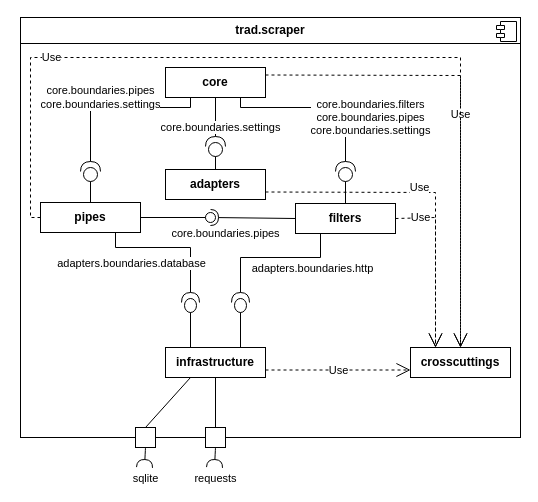
Before: doc/architecture/scraper/bbview_level2.drawio in aardjon/trad, a draw.io diagram. Source tidied: cells renumbered, new cells numbered last; positions are measured from the earlier drawing's top-left corner, leaving out a move shared by most shapes. Both pictures are drawn from the tidied source at 100%, with x=0, y=0 at pixel (20, 17).
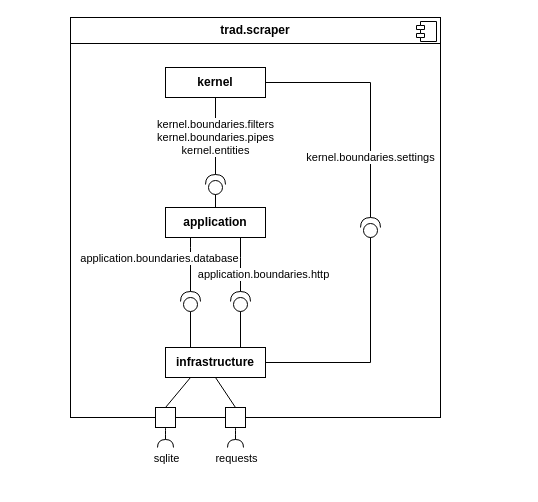
The same diagram, later.

Unchanged cells that the change refers to:
```xml
<mxCell id="7" value="infrastructure" style="html=1;whiteSpace=wrap;fontStyle=1;" parent="1" vertex="1">
  <mxGeometry x="145" y="330" width="100" height="30" as="geometry" />
</mxCell>
```

Change to the diagram source:
```diff
@@
     <mxCell id="2" value="&lt;p style=&quot;margin:0px;margin-top:6px;text-align:center;&quot;&gt;&lt;b&gt;trad.scraper&lt;/b&gt;&lt;/p&gt;&lt;hr size=&quot;1&quot; style=&quot;border-style:solid;&quot;&gt;&lt;p style=&quot;margin:0px;margin-left:8px;&quot;&gt;&lt;br&gt;&lt;/p&gt;" style="align=left;overflow=fill;html=1;whiteSpace=wrap;" parent="1" vertex="1">
-      <mxGeometry width="500" height="420" as="geometry" />
+      <mxGeometry x="50" width="370" height="400" as="geometry" />
     </mxCell>
@@
-    <mxCell id="4" value="crosscuttings" style="html=1;whiteSpace=wrap;fontStyle=1;" parent="1" vertex="1">
-      <mxGeometry x="390" y="330" width="100" height="30" as="geometry" />
-    </mxCell>
-    <mxCell id="5" value="core" style="html=1;whiteSpace=wrap;fontStyle=1;" parent="1" vertex="1">
+    <mxCell id="5" value="kernel" style="html=1;whiteSpace=wrap;fontStyle=1;" parent="1" vertex="1">
       <mxGeometry x="145" y="50" width="100" height="30" as="geometry" />
     </mxCell>
-    <mxCell id="6" value="adapters" style="html=1;whiteSpace=wrap;fontStyle=1;" parent="1" vertex="1">
-      <mxGeometry x="145" y="152" width="100" height="30" as="geometry" />
+    <mxCell id="6" value="application" style="html=1;whiteSpace=wrap;fontStyle=1;" parent="1" vertex="1">
+      <mxGeometry x="145" y="190" width="100" height="30" as="geometry" />
     </mxCell>
@@
-    <mxCell id="8" value="Use" style="endArrow=open;endSize=12;dashed=1;html=1;rounded=0;exitX=1;exitY=0.25;exitDx=0;exitDy=0;entryX=0.5;entryY=0;entryDx=0;entryDy=0;" parent="1" edge="1" source="5" target="4">
-      <mxGeometry relative="1" as="geometry">
-        <Array as="points">
-          <mxPoint x="440" y="58" />
-        </Array>
-      </mxGeometry>
-    </mxCell>
-    <mxCell id="9" value="Use" style="endArrow=open;endSize=12;dashed=1;html=1;rounded=0;exitX=1;exitY=0.75;exitDx=0;exitDy=0;entryX=0.25;entryY=0;entryDx=0;entryDy=0;" parent="1" edge="1" source="6" target="4">
-      <mxGeometry x="-0.05" y="5" relative="1" as="geometry">
-        <Array as="points">
-          <mxPoint x="415" y="175" />
-        </Array>
-      </mxGeometry>
-    </mxCell>
-    <mxCell id="10" value="Use" style="endArrow=open;endSize=12;dashed=1;html=1;rounded=0;entryX=0;entryY=0.75;entryDx=0;entryDy=0;exitX=1;exitY=0.75;exitDx=0;exitDy=0;entryPerimeter=0;" parent="1" edge="1" source="7" target="4">
-      <mxGeometry relative="1" as="geometry" />
-    </mxCell>
     <mxCell id="11" style="shape=providedRequiredInterface;html=1;verticalLabelPosition=bottom;sketch=0;rotation=-90;" parent="1" vertex="1">
-      <mxGeometry x="185" y="119" width="20" height="20" as="geometry" />
+      <mxGeometry x="185" y="157" width="20" height="20" as="geometry" />
     </mxCell>
-    <mxCell id="12" value="&lt;div&gt;core.boundaries.settings&lt;br&gt;&lt;/div&gt;" style="endArrow=none;html=1;rounded=0;entryX=0.5;entryY=1;entryDx=0;entryDy=0;exitX=1;exitY=0.5;exitDx=0;exitDy=0;exitPerimeter=0;" parent="1" edge="1" source="11" target="5">
-      <mxGeometry x="-0.54" y="-5" relative="1" as="geometry" />
+    <mxCell id="12" value="&lt;div&gt;kernel.boundaries.filters&lt;br&gt;kernel.boundaries.pipes&lt;br&gt;kernel.entities&lt;/div&gt;" style="endArrow=none;html=1;rounded=0;entryX=0.5;entryY=1;entryDx=0;entryDy=0;exitX=1;exitY=0.5;exitDx=0;exitDy=0;exitPerimeter=0;" parent="1" edge="1" source="11">
+      <mxGeometry x="-0.04" relative="1" as="geometry">
+        <mxPoint x="195" y="80" as="targetPoint" />
+      </mxGeometry>
     </mxCell>
@@
-    <mxCell id="14" style="shape=providedRequiredInterface;html=1;verticalLabelPosition=bottom;sketch=0;direction=south;rotation=-180;" parent="1" vertex="1">
-      <mxGeometry x="161" y="275" width="18" height="20" as="geometry" />
-    </mxCell>
-    <mxCell id="15" style="endArrow=none;html=1;rounded=0;entryX=0;entryY=0.5;entryDx=0;entryDy=0;entryPerimeter=0;exitX=0.25;exitY=0;exitDx=0;exitDy=0;" parent="1" edge="1" source="7" target="14">
+    <mxCell id="15" style="endArrow=none;html=1;rounded=0;entryX=0;entryY=0.5;entryDx=0;entryDy=0;entryPerimeter=0;exitX=0.25;exitY=0;exitDx=0;exitDy=0;" parent="1" edge="1" source="7" target="45">
       <mxGeometry relative="1" as="geometry" />
     </mxCell>
-    <mxCell id="16" style="endArrow=none;html=1;rounded=0;exitX=1;exitY=0.5;exitDx=0;exitDy=0;exitPerimeter=0;entryX=0.75;entryY=1;entryDx=0;entryDy=0;" parent="1" edge="1" source="14" target="28">
+    <mxCell id="16" style="endArrow=none;html=1;rounded=0;exitX=1;exitY=0.5;exitDx=0;exitDy=0;exitPerimeter=0;entryX=0.25;entryY=1;entryDx=0;entryDy=0;" parent="1" edge="1" source="45" target="6">
       <mxGeometry relative="1" as="geometry">
         <Array as="points">
           <mxPoint x="170" y="230" />
-          <mxPoint x="95" y="230" />
         </Array>
       </mxGeometry>
     </mxCell>
-    <mxCell id="17" value="adapters.boundaries.database" style="edgeLabel;html=1;align=center;verticalAlign=middle;" parent="16" vertex="1">
+    <mxCell id="17" value="application.boundaries.database" style="edgeLabel;html=1;align=center;verticalAlign=middle;" parent="16" vertex="1">
       <mxGeometry x="-0.23" relative="1" as="geometry">
-        <mxPoint x="-53" y="15" as="offset" />
+        <mxPoint x="-32" y="-13" as="offset" />
       </mxGeometry>
     </mxCell>
     <mxCell id="18" style="rounded=0;jettySize=auto;html=1;endArrow=halfCircle;endFill=0;endSize=6;strokeWidth=1;sketch=0;fontSize=12;curved=1;exitX=0.5;exitY=1;exitDx=0;exitDy=0;" parent="1" edge="1" source="21">
       <mxGeometry x="1" y="10" relative="1" as="geometry">
-        <mxPoint x="124" y="450" as="targetPoint" />
+        <mxPoint x="145" y="430" as="targetPoint" />
         <mxPoint x="-10" y="10" as="offset" />
       </mxGeometry>
     </mxCell>
@@
     <mxCell id="20" style="ellipse;whiteSpace=wrap;html=1;align=center;fillColor=none;strokeColor=none;perimeter=centerPerimeter;" parent="1" vertex="1">
-      <mxGeometry x="204" y="450" width="10" height="10" as="geometry" />
+      <mxGeometry x="224" y="430" width="10" height="10" as="geometry" />
     </mxCell>
     <mxCell id="21" style="whiteSpace=wrap;html=1;" parent="1" vertex="1">
-      <mxGeometry x="115" y="410" width="20" height="20" as="geometry" />
+      <mxGeometry x="135" y="390" width="20" height="20" as="geometry" />
     </mxCell>
     <mxCell id="22" style="rounded=0;jettySize=auto;html=1;endArrow=halfCircle;endFill=0;endSize=6;strokeWidth=1;sketch=0;fontSize=12;curved=1;exitX=0.5;exitY=1;exitDx=0;exitDy=0;" parent="1" edge="1" source="24">
       <mxGeometry x="1" y="10" relative="1" as="geometry">
-        <mxPoint x="194" y="450" as="targetPoint" />
+        <mxPoint x="215" y="430" as="targetPoint" />
         <mxPoint x="-10" y="10" as="offset" />
       </mxGeometry>
     </mxCell>
@@
     <mxCell id="24" style="whiteSpace=wrap;html=1;" parent="1" vertex="1">
-      <mxGeometry x="185" y="410" width="20" height="20" as="geometry" />
+      <mxGeometry x="205" y="390" width="20" height="20" as="geometry" />
     </mxCell>
@@
-    <mxCell id="27" value="filters" style="html=1;whiteSpace=wrap;fontStyle=1;" parent="1" vertex="1">
-      <mxGeometry x="275" y="186" width="100" height="30" as="geometry" />
-    </mxCell>
-    <mxCell id="28" value="pipes" style="html=1;whiteSpace=wrap;fontStyle=1;" parent="1" vertex="1">
-      <mxGeometry x="20" y="185" width="100" height="30" as="geometry" />
-    </mxCell>
-    <mxCell id="29" style="shape=providedRequiredInterface;html=1;verticalLabelPosition=bottom;sketch=0;rotation=-90;" parent="1" vertex="1">
-      <mxGeometry x="60" y="144" width="20" height="20" as="geometry" />
-    </mxCell>
-    <mxCell id="30" value="core.boundaries.pipes&lt;br&gt;&lt;div&gt;core.boundaries.settings&lt;br&gt;&lt;/div&gt;" style="endArrow=none;html=1;rounded=0;entryX=0.25;entryY=1;entryDx=0;entryDy=0;exitX=1;exitY=0.5;exitDx=0;exitDy=0;exitPerimeter=0;" parent="1" edge="1" source="29" target="5">
-      <mxGeometry x="-0.22" y="10" relative="1" as="geometry">
-        <Array as="points">
-          <mxPoint x="70" y="90" />
-          <mxPoint x="170" y="90" />
-        </Array>
-      </mxGeometry>
-    </mxCell>
-    <mxCell id="31" style="endArrow=none;html=1;rounded=0;entryX=0;entryY=0.5;entryDx=0;entryDy=0;entryPerimeter=0;exitX=0.5;exitY=0;exitDx=0;exitDy=0;" parent="1" edge="1" source="28" target="29">
-      <mxGeometry relative="1" as="geometry" />
-    </mxCell>
-    <mxCell id="32" style="shape=providedRequiredInterface;html=1;verticalLabelPosition=bottom;sketch=0;rotation=-90;" parent="1" vertex="1">
-      <mxGeometry x="315" y="144" width="20" height="20" as="geometry" />
-    </mxCell>
-    <mxCell id="33" value="core.boundaries.filters&lt;br&gt;&lt;div&gt;core.boundaries.pipes&lt;/div&gt;&lt;div&gt;core.boundaries.settings&lt;/div&gt;" style="endArrow=none;html=1;rounded=0;entryX=0.75;entryY=1;entryDx=0;entryDy=0;exitX=1;exitY=0.5;exitDx=0;exitDy=0;exitPerimeter=0;" parent="1" edge="1" source="32" target="5">
-      <mxGeometry x="-0.48" y="-25" relative="1" as="geometry">
-        <Array as="points">
-          <mxPoint x="325" y="90" />
-          <mxPoint x="220" y="90" />
-        </Array>
-      </mxGeometry>
-    </mxCell>
-    <mxCell id="34" style="endArrow=none;html=1;rounded=0;entryX=0;entryY=0.5;entryDx=0;entryDy=0;entryPerimeter=0;exitX=0.5;exitY=0;exitDx=0;exitDy=0;" parent="1" edge="1" source="27" target="32">
-      <mxGeometry relative="1" as="geometry" />
-    </mxCell>
-    <mxCell id="35" value="Use" style="endArrow=open;endSize=12;dashed=1;html=1;rounded=0;exitX=1;exitY=0.5;exitDx=0;exitDy=0;entryX=0.25;entryY=0;entryDx=0;entryDy=0;" parent="1" edge="1" source="27" target="4">
-      <mxGeometry x="-0.71" relative="1" as="geometry">
-        <Array as="points">
-          <mxPoint x="415" y="200" />
-        </Array>
-      </mxGeometry>
-    </mxCell>
-    <mxCell id="36" value="Use" style="endArrow=open;endSize=12;dashed=1;html=1;rounded=0;exitX=0;exitY=0.5;exitDx=0;exitDy=0;entryX=0.5;entryY=0;entryDx=0;entryDy=0;" parent="1" edge="1" source="28" target="4">
-      <mxGeometry x="-0.57" relative="1" as="geometry">
-        <Array as="points">
-          <mxPoint x="10" y="200" />
-          <mxPoint x="10" y="40" />
-          <mxPoint x="440" y="40" />
-        </Array>
-      </mxGeometry>
-    </mxCell>
-    <mxCell id="37" style="shape=providedRequiredInterface;html=1;verticalLabelPosition=bottom;sketch=0;direction=south;rotation=-180;" parent="1" vertex="1">
-      <mxGeometry x="211" y="275" width="18" height="20" as="geometry" />
-    </mxCell>
-    <mxCell id="38" style="endArrow=none;html=1;rounded=0;entryX=0;entryY=0.5;entryDx=0;entryDy=0;entryPerimeter=0;exitX=0.75;exitY=0;exitDx=0;exitDy=0;" parent="1" edge="1" source="7" target="37">
+    <mxCell id="38" style="endArrow=none;html=1;rounded=0;entryX=0.2;entryY=0.5;entryDx=0;entryDy=0;entryPerimeter=0;exitX=0.75;exitY=0;exitDx=0;exitDy=0;" parent="1" edge="1" source="7" target="44">
       <mxGeometry relative="1" as="geometry" />
     </mxCell>
-    <mxCell id="39" style="endArrow=none;html=1;rounded=0;exitX=1;exitY=0.5;exitDx=0;exitDy=0;exitPerimeter=0;entryX=0.25;entryY=1;entryDx=0;entryDy=0;" parent="1" edge="1" source="37" target="27">
+    <mxCell id="39" style="endArrow=none;html=1;rounded=0;entryX=0.75;entryY=1;entryDx=0;entryDy=0;exitX=1;exitY=0.5;exitDx=0;exitDy=0;exitPerimeter=0;" parent="1" edge="1" source="44" target="6">
       <mxGeometry relative="1" as="geometry">
         <Array as="points">
           <mxPoint x="220" y="240" />
-          <mxPoint x="300" y="240" />
         </Array>
       </mxGeometry>
     </mxCell>
-    <mxCell id="40" value="adapters.boundaries.http" style="edgeLabel;html=1;align=center;verticalAlign=middle;" parent="39" vertex="1">
+    <mxCell id="40" value="application.boundaries.http" style="edgeLabel;html=1;align=center;verticalAlign=middle;" parent="39" vertex="1">
       <mxGeometry x="-0.23" relative="1" as="geometry">
-        <mxPoint x="52" y="10" as="offset" />
+        <mxPoint x="22" y="3" as="offset" />
       </mxGeometry>
     </mxCell>
-    <mxCell id="41" style="rounded=0;jettySize=auto;html=1;endArrow=halfCircle;endFill=0;endSize=6;strokeWidth=1;sketch=0;exitX=0;exitY=0.5;exitDx=0;exitDy=0;" parent="1" edge="1" source="27">
-      <mxGeometry relative="1" as="geometry">
-        <mxPoint x="190" y="200" as="targetPoint" />
-      </mxGeometry>
-    </mxCell>
-    <mxCell id="42" style="rounded=0;jettySize=auto;html=1;endArrow=oval;endFill=0;sketch=0;sourcePerimeterSpacing=0;targetPerimeterSpacing=0;endSize=10;exitX=1;exitY=0.5;exitDx=0;exitDy=0;" parent="1" edge="1" source="28">
-      <mxGeometry relative="1" as="geometry">
-        <mxPoint x="190" y="200" as="targetPoint" />
-      </mxGeometry>
-    </mxCell>
-    <mxCell id="43" value="core.boundaries.pipes" style="edgeLabel;html=1;align=center;verticalAlign=middle;" parent="42" vertex="1">
-      <mxGeometry x="0.46" relative="1" as="geometry">
-        <mxPoint x="33" y="15" as="offset" />
-      </mxGeometry>
-    </mxCell>
+    <mxCell id="44" style="shape=providedRequiredInterface;html=1;verticalLabelPosition=bottom;sketch=0;rotation=-90;" parent="1" vertex="1">
+      <mxGeometry x="210" y="274" width="20" height="20" as="geometry" />
+    </mxCell>
+    <mxCell id="45" style="shape=providedRequiredInterface;html=1;verticalLabelPosition=bottom;sketch=0;rotation=-90;" parent="1" vertex="1">
+      <mxGeometry x="160" y="274" width="20" height="20" as="geometry" />
+    </mxCell>
+    <mxCell id="46" style="shape=providedRequiredInterface;html=1;verticalLabelPosition=bottom;sketch=0;rotation=-90;" parent="1" vertex="1">
+      <mxGeometry x="340" y="200" width="20" height="20" as="geometry" />
+    </mxCell>
+    <mxCell id="47" style="endArrow=none;html=1;rounded=0;entryX=1;entryY=0.5;entryDx=0;entryDy=0;exitX=1;exitY=0.5;exitDx=0;exitDy=0;exitPerimeter=0;" parent="1" edge="1" source="46" target="5">
+      <mxGeometry relative="1" as="geometry">
+        <Array as="points">
+          <mxPoint x="350" y="65" />
+        </Array>
+      </mxGeometry>
+    </mxCell>
+    <mxCell id="48" value="kernel.boundaries.settings" style="edgeLabel;html=1;align=center;verticalAlign=middle;" parent="47" vertex="1">
+      <mxGeometry x="-0.49" y="1" relative="1" as="geometry" />
+    </mxCell>
+    <mxCell id="49" style="endArrow=none;html=1;rounded=0;entryX=0;entryY=0.5;entryDx=0;entryDy=0;entryPerimeter=0;exitX=1;exitY=0.5;exitDx=0;exitDy=0;" parent="1" edge="1" source="7" target="46">
+      <mxGeometry relative="1" as="geometry">
+        <Array as="points">
+          <mxPoint x="350" y="345" />
+        </Array>
+      </mxGeometry>
+    </mxCell>
```
